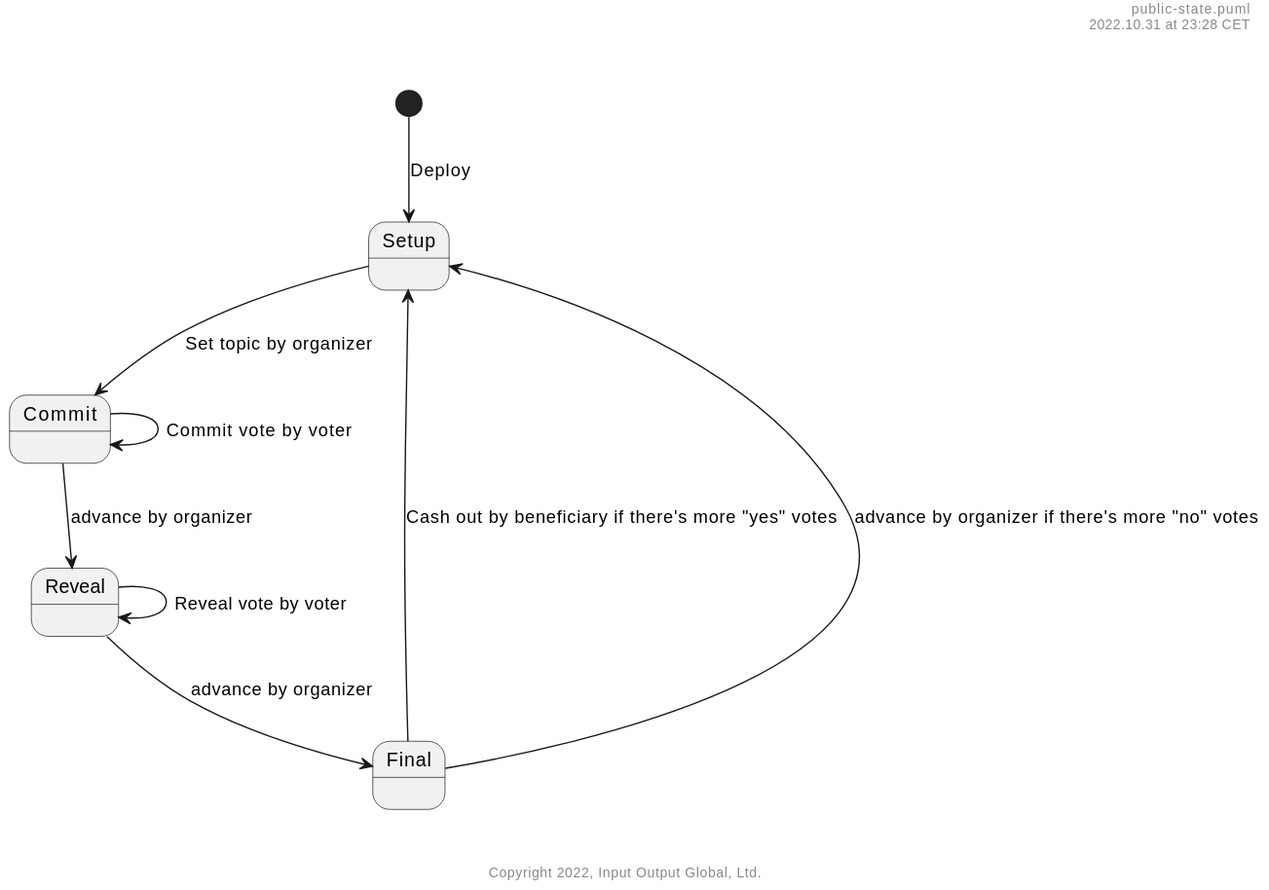
Earlier version of the PlantUML export example-dapps/dao/public-state.svg (midnightntwrk/midnight-architecture). Its diagram source:
```plantuml
@startuml

header %filename()\n%date("yyyy.MM.dd' at 'HH:mm z")\n\n\n

footer \n\n\nCopyright %date("yyyy"), Input Output Global, Ltd.

[*] --> Setup : Deploy
Setup --> Commit : Set topic by organizer
Commit --> Commit : Commit vote by voter
Commit --> Reveal : advance by organizer
Reveal --> Reveal : Reveal vote by voter
Reveal --> Final : advance by organizer
Final --> Setup : Cash out by beneficiary if there's more "yes" votes
Final --> Setup : advance by organizer if there's more "no" votes

@enduml
```
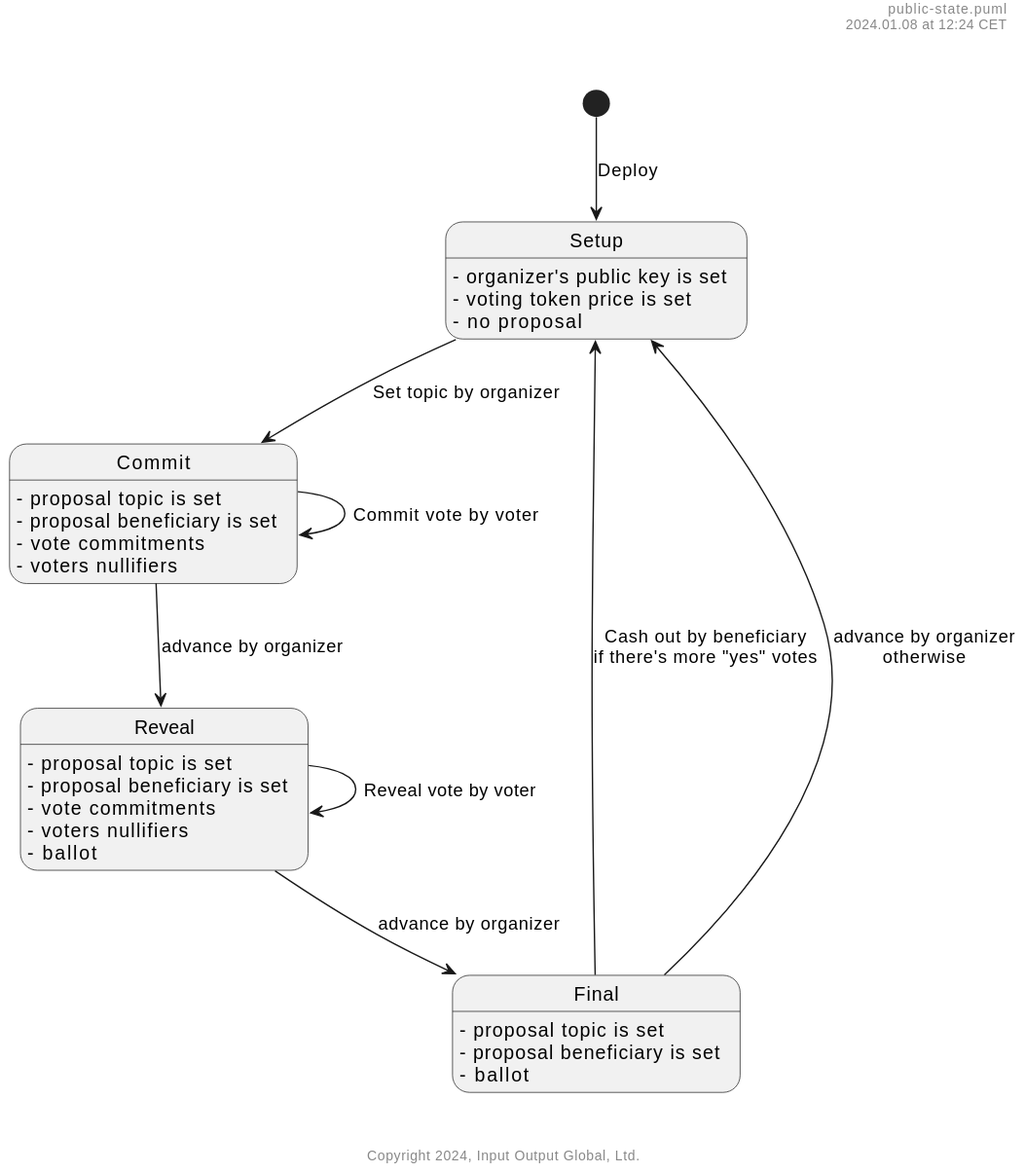
The same file after the commit.

Change to the diagram source:
```diff
@@ -4,13 +4,32 @@
 
 footer \n\n\nCopyright %date("yyyy"), Input Output Global, Ltd.
 
+Setup : - organizer's public key is set
+Setup : - voting token price is set
+Setup : - no proposal
+
+Commit : - proposal topic is set
+Commit : - proposal beneficiary is set
+Commit : - vote commitments
+Commit : - voters nullifiers
+
+Reveal : - proposal topic is set
+Reveal : - proposal beneficiary is set
+Reveal : - vote commitments
+Reveal : - voters nullifiers
+Reveal : - ballot
+
+Final : - proposal topic is set
+Final : - proposal beneficiary is set
+Final : - ballot
+
+Setup --> Commit : Set topic by organizer
 [*] --> Setup : Deploy
-Setup --> Commit : Set topic by organizer
 Commit --> Commit : Commit vote by voter
 Commit --> Reveal : advance by organizer
 Reveal --> Reveal : Reveal vote by voter
 Reveal --> Final : advance by organizer
-Final --> Setup : Cash out by beneficiary if there's more "yes" votes
-Final --> Setup : advance by organizer if there's more "no" votes
+Final --> Setup : Cash out by beneficiary\nif there's more "yes" votes
+Final --> Setup : advance by organizer\notherwise
 
 @enduml
```
